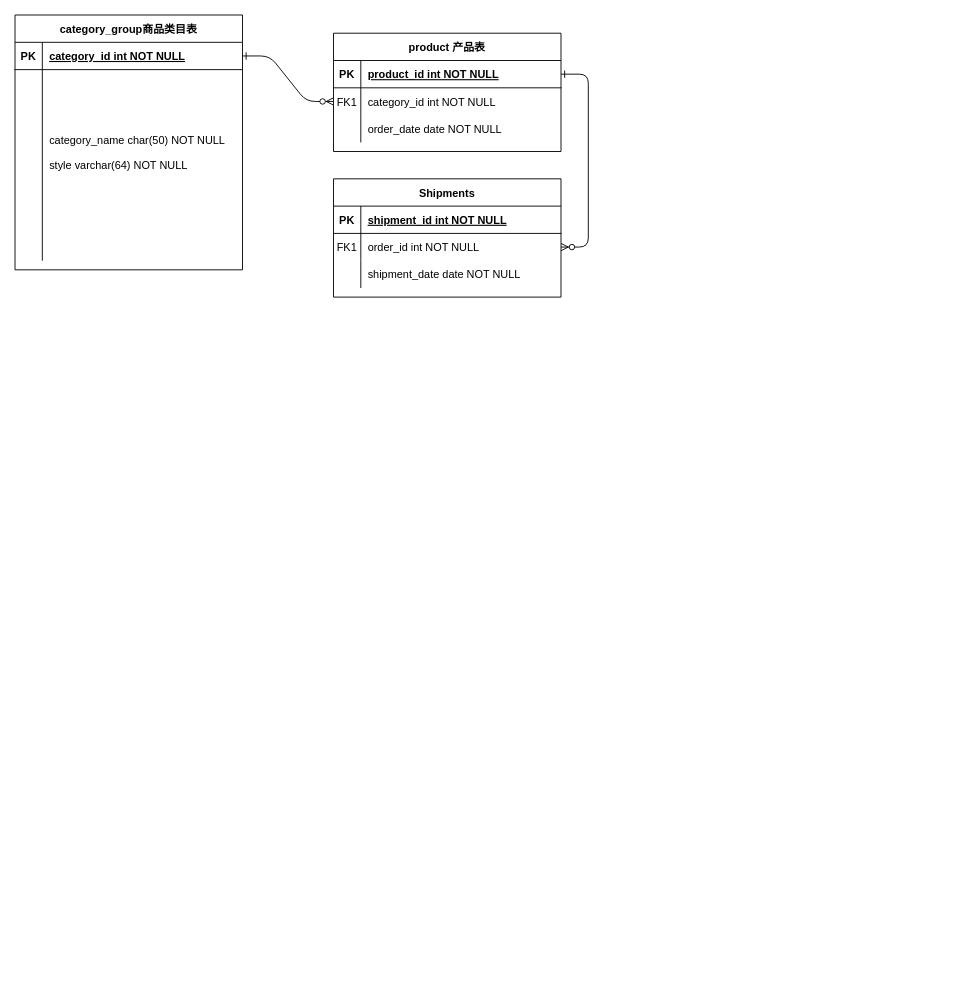
Above: 未命名绘图.drawio in zckhub/brush (draw.io), before the change. Source tidied: cells renumbered, new cells numbered last; positions are measured from the earlier drawing's top-left corner, leaving out a move shared by most shapes. Both pictures are drawn from the tidied source at 91%, with x=0, y=0 at pixel (15, 15).
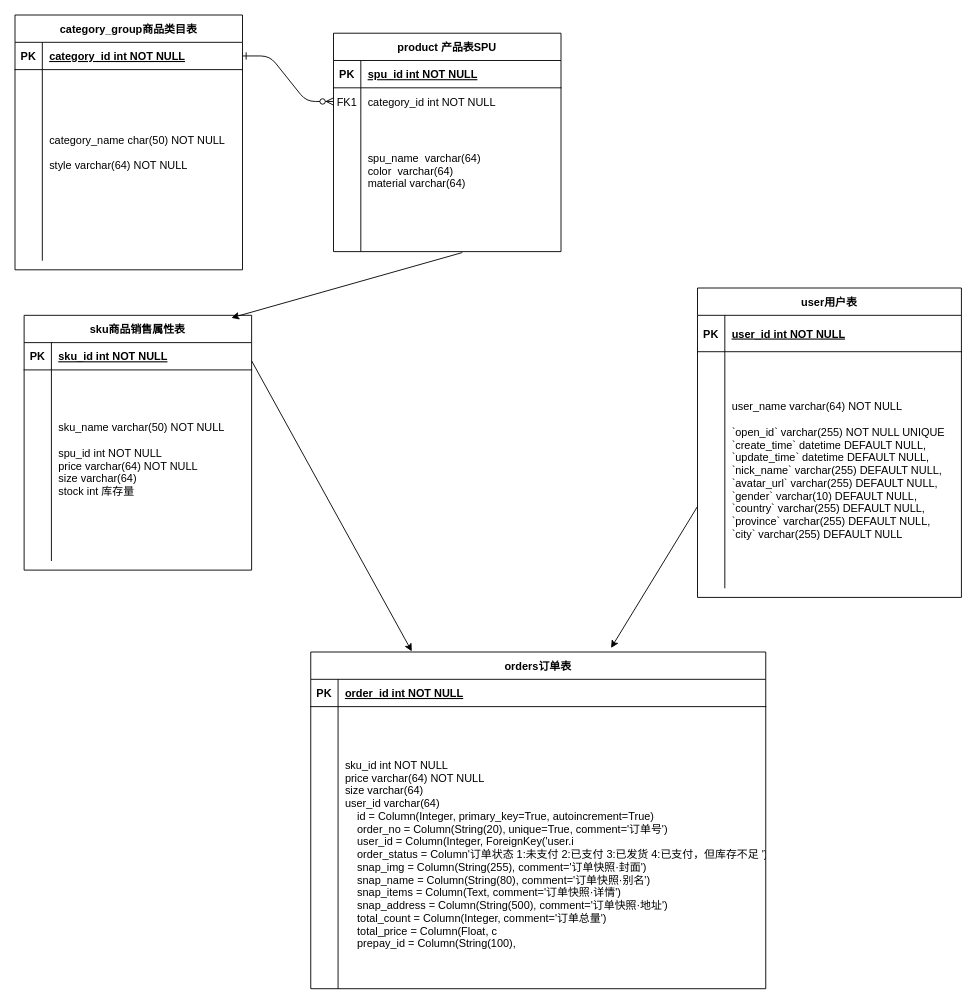
The same diagram, later.

Commit message:
更新未命名绘图.drawio

The change refers to these unchanged cells:
```xml
<mxCell id="5" style="shape=partialRectangle;fillColor=none;points=[[0,0.5],[1,0.5]];portConstraint=eastwest;top=0;left=0;right=0;bottom=1;" parent="4" vertex="1">
  <mxGeometry y="30" width="250" height="30" as="geometry" />
</mxCell>
```

Diff of the diagram source:
```diff
@@
-    <mxCell id="3" style="edgeStyle=entityRelationEdgeStyle;endArrow=ERzeroToMany;startArrow=ERone;endFill=1;startFill=0;" parent="1" edge="1" source="5" target="18">
-      <mxGeometry relative="1" as="geometry" />
-    </mxCell>
-    <mxCell id="4" value="product 产品表" style="shape=table;startSize=30;childLayout=tableLayout;rowLines=0;fontStyle=1;align=center;" parent="1" vertex="1">
-      <mxGeometry x="350" y="20" width="250" height="130" as="geometry" />
+    <mxCell id="4" value="product 产品表SPU" style="shape=table;startSize=30;childLayout=tableLayout;rowLines=0;fontStyle=1;align=center;" parent="1" vertex="1">
+      <mxGeometry x="350" y="20" width="250" height="240" as="geometry" />
     </mxCell>
@@
-    <mxCell id="7" value="product_id int NOT NULL " style="shape=partialRectangle;overflow=hidden;fillColor=none;top=0;left=0;bottom=0;right=0;align=left;spacingLeft=6;fontStyle=5;" parent="5" vertex="1">
+    <mxCell id="7" value="spu_id int NOT NULL " style="shape=partialRectangle;overflow=hidden;fillColor=none;top=0;left=0;bottom=0;right=0;align=left;spacingLeft=6;fontStyle=5;" parent="5" vertex="1">
       <mxGeometry x="30" width="220" height="30" as="geometry" />
     </mxCell>
@@
     <mxCell id="11" style="shape=partialRectangle;fillColor=none;points=[[0,0.5],[1,0.5]];portConstraint=eastwest;top=0;left=0;right=0;bottom=0;" parent="4" vertex="1">
-      <mxGeometry y="90" width="250" height="30" as="geometry" />
+      <mxGeometry y="90" width="250" height="150" as="geometry" />
     </mxCell>
     <mxCell id="12" style="shape=partialRectangle;overflow=hidden;fillColor=none;top=0;left=0;bottom=0;right=0;" parent="11" vertex="1">
-      <mxGeometry width="30" height="30" as="geometry" />
+      <mxGeometry width="30" height="150" as="geometry" />
     </mxCell>
-    <mxCell id="13" value="order_date date NOT NULL" style="shape=partialRectangle;overflow=hidden;fillColor=none;top=0;left=0;bottom=0;right=0;align=left;spacingLeft=6;" parent="11" vertex="1">
-      <mxGeometry x="30" width="220" height="30" as="geometry" />
+    <mxCell id="13" value="spu_name  varchar(64)&#10;color  varchar(64) &#10;material varchar(64)&#10;&#10;" style="shape=partialRectangle;overflow=hidden;fillColor=none;top=0;left=0;bottom=0;right=0;align=left;spacingLeft=6;" parent="11" vertex="1">
+      <mxGeometry x="30" width="220" height="150" as="geometry" />
     </mxCell>
-    <mxCell id="14" value="Shipments" style="shape=table;startSize=30;childLayout=tableLayout;rowLines=0;fontStyle=1;align=center;" parent="1" vertex="1">
-      <mxGeometry x="350" y="180" width="250" height="130" as="geometry" />
-    </mxCell>
-    <mxCell id="15" style="shape=partialRectangle;fillColor=none;top=0;left=0;right=0;bottom=1;" parent="14" vertex="1">
-      <mxGeometry y="30" width="250" height="30" as="geometry" />
-    </mxCell>
-    <mxCell id="16" value="PK" style="shape=partialRectangle;overflow=hidden;fillColor=none;top=0;left=0;bottom=0;right=0;fontStyle=1;" parent="15" vertex="1">
-      <mxGeometry width="30" height="30" as="geometry" />
-    </mxCell>
-    <mxCell id="17" value="shipment_id int NOT NULL " style="shape=partialRectangle;overflow=hidden;fillColor=none;top=0;left=0;bottom=0;right=0;align=left;spacingLeft=6;fontStyle=5;" parent="15" vertex="1">
-      <mxGeometry x="30" width="220" height="30" as="geometry" />
-    </mxCell>
-    <mxCell id="18" style="shape=partialRectangle;fillColor=none;points=[[0,0.5],[1,0.5]];portConstraint=eastwest;top=0;left=0;right=0;bottom=0;" parent="14" vertex="1">
-      <mxGeometry y="60" width="250" height="30" as="geometry" />
-    </mxCell>
-    <mxCell id="19" value="FK1" style="shape=partialRectangle;overflow=hidden;fillColor=none;top=0;left=0;bottom=0;right=0;" parent="18" vertex="1">
-      <mxGeometry width="30" height="30" as="geometry" />
-    </mxCell>
-    <mxCell id="20" value="order_id int NOT NULL" style="shape=partialRectangle;overflow=hidden;fillColor=none;top=0;left=0;bottom=0;right=0;align=left;spacingLeft=6;" parent="18" vertex="1">
-      <mxGeometry x="30" width="220" height="30" as="geometry" />
-    </mxCell>
-    <mxCell id="21" style="shape=partialRectangle;fillColor=none;top=0;left=0;right=0;bottom=0;" parent="14" vertex="1">
-      <mxGeometry y="90" width="250" height="30" as="geometry" />
-    </mxCell>
-    <mxCell id="22" style="shape=partialRectangle;overflow=hidden;fillColor=none;top=0;left=0;bottom=0;right=0;" parent="21" vertex="1">
-      <mxGeometry width="30" height="30" as="geometry" />
-    </mxCell>
-    <mxCell id="23" value="shipment_date date NOT NULL" style="shape=partialRectangle;overflow=hidden;fillColor=none;top=0;left=0;bottom=0;right=0;align=left;spacingLeft=6;" parent="21" vertex="1">
-      <mxGeometry x="30" width="220" height="30" as="geometry" />
-    </mxCell>
@@
+    <mxCell id="31" value="sku商品销售属性表" style="shape=table;startSize=30;childLayout=tableLayout;rowLines=0;fontStyle=1;align=center;" parent="1" vertex="1">
+      <mxGeometry x="10" y="330" width="250" height="280" as="geometry" />
+    </mxCell>
+    <mxCell id="15" style="shape=partialRectangle;fillColor=none;top=0;left=0;right=0;bottom=1;" parent="31" vertex="1">
+      <mxGeometry y="30" width="250" height="30" as="geometry" />
+    </mxCell>
+    <mxCell id="32" value="PK" style="shape=partialRectangle;overflow=hidden;fillColor=none;top=0;left=0;bottom=0;right=0;fontStyle=1;" parent="15" vertex="1">
+      <mxGeometry width="30" height="30" as="geometry" />
+    </mxCell>
+    <mxCell id="33" value="sku_id int NOT NULL " style="shape=partialRectangle;overflow=hidden;fillColor=none;top=0;left=0;bottom=0;right=0;align=left;spacingLeft=6;fontStyle=5;" parent="15" vertex="1">
+      <mxGeometry x="30" width="220" height="30" as="geometry" />
+    </mxCell>
+    <mxCell id="34" style="shape=partialRectangle;fillColor=none;top=0;left=0;right=0;bottom=0;" parent="31" vertex="1">
+      <mxGeometry y="60" width="250" height="210" as="geometry" />
+    </mxCell>
+    <mxCell id="35" style="shape=partialRectangle;overflow=hidden;fillColor=none;top=0;left=0;bottom=0;right=0;" parent="34" vertex="1">
+      <mxGeometry width="30" height="210" as="geometry" />
+    </mxCell>
+    <mxCell id="36" value="sku_name varchar(50) NOT NULL&#10;&#10;spu_id int NOT NULL&#10;price varchar(64) NOT NULL&#10;size varchar(64)&#10;stock int 库存量&#10;" style="shape=partialRectangle;overflow=hidden;fillColor=none;top=0;left=0;bottom=0;right=0;align=left;spacingLeft=6;" parent="34" vertex="1">
+      <mxGeometry x="30" width="220" height="210" as="geometry" />
+    </mxCell>
+    <mxCell id="37" value="orders订单表" style="shape=table;startSize=30;childLayout=tableLayout;rowLines=0;fontStyle=1;align=center;" parent="1" vertex="1">
+      <mxGeometry x="325" y="700" width="500" height="370" as="geometry" />
+    </mxCell>
+    <mxCell id="38" style="shape=partialRectangle;fillColor=none;top=0;left=0;right=0;bottom=1;" parent="37" vertex="1">
+      <mxGeometry y="30" width="500" height="30" as="geometry" />
+    </mxCell>
+    <mxCell id="39" value="PK" style="shape=partialRectangle;overflow=hidden;fillColor=none;top=0;left=0;bottom=0;right=0;fontStyle=1;" parent="38" vertex="1">
+      <mxGeometry width="30" height="30" as="geometry" />
+    </mxCell>
+    <mxCell id="20" value="order_id int NOT NULL " style="shape=partialRectangle;overflow=hidden;fillColor=none;top=0;left=0;bottom=0;right=0;align=left;spacingLeft=6;fontStyle=5;" parent="38" vertex="1">
+      <mxGeometry x="30" width="470" height="30" as="geometry" />
+    </mxCell>
+    <mxCell id="40" style="shape=partialRectangle;fillColor=none;top=0;left=0;right=0;bottom=0;" parent="37" vertex="1">
+      <mxGeometry y="60" width="500" height="310" as="geometry" />
+    </mxCell>
+    <mxCell id="41" style="shape=partialRectangle;overflow=hidden;fillColor=none;top=0;left=0;bottom=0;right=0;" parent="40" vertex="1">
+      <mxGeometry width="30" height="310" as="geometry" />
+    </mxCell>
+    <mxCell id="42" value="&#10;sku_id int NOT NULL&#10;price varchar(64) NOT NULL&#10;size varchar(64)&#10;user_id varchar(64)&#10;    id = Column(Integer, primary_key=True, autoincrement=True)&#10;    order_no = Column(String(20), unique=True, comment='订单号')&#10;    user_id = Column(Integer, ForeignKey('user.i&#10;    order_status = Column'订单状态 1:未支付 2:已支付 3:已发货 4:已支付，但库存不足 ')&#10;    snap_img = Column(String(255), comment='订单快照·封面')&#10;    snap_name = Column(String(80), comment='订单快照·别名')&#10;    snap_items = Column(Text, comment='订单快照·详情')&#10;    snap_address = Column(String(500), comment='订单快照·地址')&#10;    total_count = Column(Integer, comment='订单总量')&#10;    total_price = Column(Float, c&#10;    prepay_id = Column(String(100)," style="shape=partialRectangle;overflow=hidden;fillColor=none;top=0;left=0;bottom=0;right=0;align=left;spacingLeft=6;" parent="40" vertex="1">
+      <mxGeometry x="30" width="470" height="310" as="geometry" />
+    </mxCell>
+    <mxCell id="43" value="user用户表" style="shape=table;startSize=30;childLayout=tableLayout;rowLines=0;fontStyle=1;align=center;" parent="1" vertex="1">
+      <mxGeometry x="750" y="300" width="290" height="340" as="geometry" />
+    </mxCell>
+    <mxCell id="44" style="shape=partialRectangle;fillColor=none;top=0;left=0;right=0;bottom=1;" parent="43" vertex="1">
+      <mxGeometry y="30" width="290" height="40" as="geometry" />
+    </mxCell>
+    <mxCell id="45" value="PK" style="shape=partialRectangle;overflow=hidden;fillColor=none;top=0;left=0;bottom=0;right=0;fontStyle=1;" parent="44" vertex="1">
+      <mxGeometry width="30" height="40" as="geometry" />
+    </mxCell>
+    <mxCell id="46" value="user_id int NOT NULL " style="shape=partialRectangle;overflow=hidden;fillColor=none;top=0;left=0;bottom=0;right=0;align=left;spacingLeft=6;fontStyle=5;" parent="44" vertex="1">
+      <mxGeometry x="30" width="260" height="40" as="geometry" />
+    </mxCell>
+    <mxCell id="47" style="shape=partialRectangle;fillColor=none;points=[[0,0.5],[1,0.5]];portConstraint=eastwest;top=0;left=0;right=0;bottom=0;" parent="43" vertex="1">
+      <mxGeometry y="70" width="290" height="260" as="geometry" />
+    </mxCell>
+    <mxCell id="48" style="shape=partialRectangle;overflow=hidden;fillColor=none;top=0;left=0;bottom=0;right=0;" parent="47" vertex="1">
+      <mxGeometry width="30" height="260" as="geometry" />
+    </mxCell>
+    <mxCell id="49" value="user_name varchar(64) NOT NULL&#10; &#10;`open_id` varchar(255) NOT NULL UNIQUE&#10;`create_time` datetime DEFAULT NULL,&#10;`update_time` datetime DEFAULT NULL,&#10;`nick_name` varchar(255) DEFAULT NULL,&#10;`avatar_url` varchar(255) DEFAULT NULL,&#10;`gender` varchar(10) DEFAULT NULL,&#10;`country` varchar(255) DEFAULT NULL,&#10;`province` varchar(255) DEFAULT NULL,&#10;`city` varchar(255) DEFAULT NULL" style="shape=partialRectangle;overflow=hidden;fillColor=none;top=0;left=0;bottom=0;right=0;align=left;spacingLeft=6;" parent="47" vertex="1">
+      <mxGeometry x="30" width="260" height="260" as="geometry" />
+    </mxCell>
+    <mxCell id="50" style="edgeStyle=none;jettySize=auto;html=1;rounded=0;entryX=0.222;entryY=-0.002;entryDx=0;entryDy=0;entryPerimeter=0;" parent="1" edge="1" target="37">
+      <mxGeometry relative="1" as="geometry">
+        <mxPoint x="260" y="380" as="sourcePoint" />
+      </mxGeometry>
+    </mxCell>
+    <mxCell id="51" style="endArrow=classic;html=1;rounded=0;exitX=0;exitY=0.654;exitDx=0;exitDy=0;exitPerimeter=0;entryX=0.66;entryY=-0.012;entryDx=0;entryDy=0;entryPerimeter=0;" parent="1" edge="1" source="47" target="37">
+      <mxGeometry relative="1" as="geometry" />
+    </mxCell>
+    <mxCell id="52" style="endArrow=classic;html=1;rounded=0;exitX=0.566;exitY=1.007;exitDx=0;exitDy=0;exitPerimeter=0;entryX=0.911;entryY=0.01;entryDx=0;entryDy=0;entryPerimeter=0;" parent="1" edge="1" source="11" target="31">
+      <mxGeometry relative="1" as="geometry" />
+    </mxCell>
```
